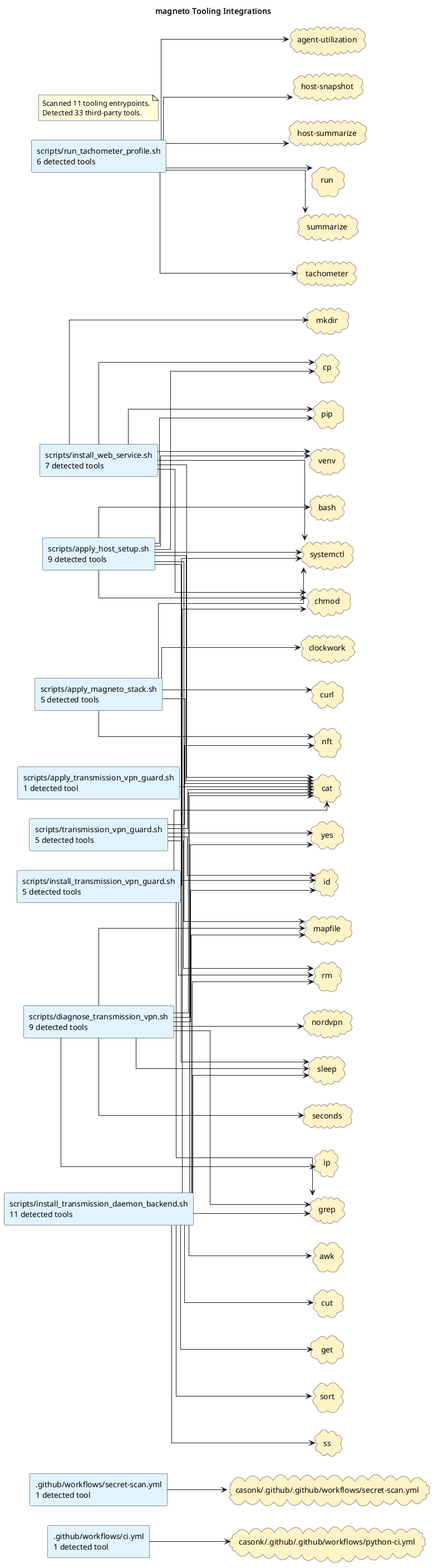
Above: docs/diagrams/tooling-integrations.puml.png in casonk/magneto (PlantUML), before the change.
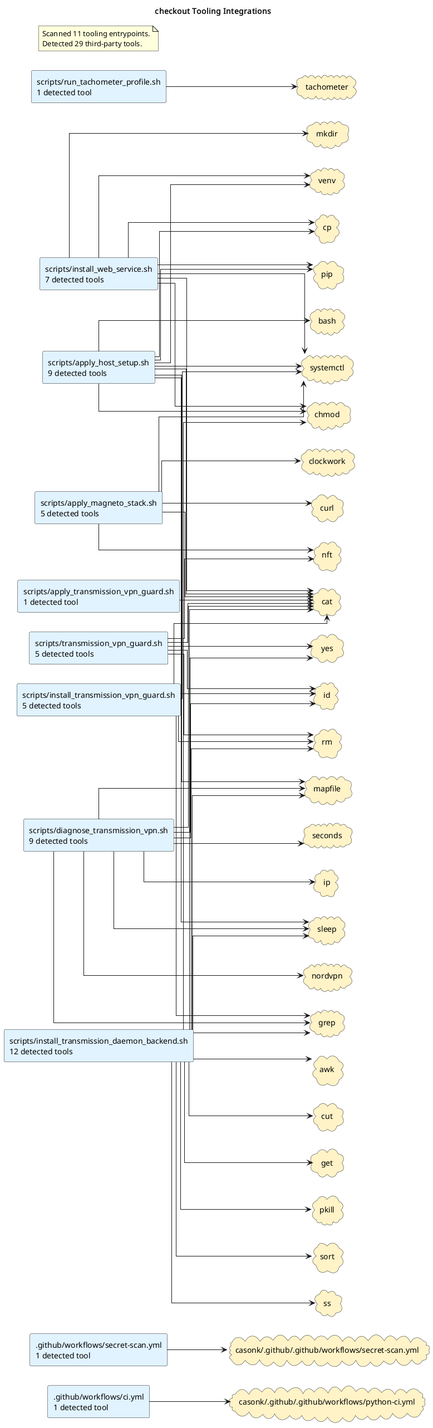
The same file after the commit.

What changed in the source:
```diff
@@ -1,5 +1,5 @@
 @startuml
-title magneto Tooling Integrations
+title checkout Tooling Integrations
 left to right direction
 skinparam shadowing false
 skinparam defaultFontName Monospace
@@ -11,12 +11,11 @@
 rectangle "scripts/apply_magneto_stack.sh\n5 detected tools" as source_scripts_apply_magneto_stack_sh #E0F2FE
 rectangle "scripts/apply_transmission_vpn_guard.sh\n1 detected tool" as source_scripts_apply_transmission_vpn_guard_sh #E0F2FE
 rectangle "scripts/diagnose_transmission_vpn.sh\n9 detected tools" as source_scripts_diagnose_transmission_vpn_sh #E0F2FE
-rectangle "scripts/install_transmission_daemon_backend.sh\n11 detected tools" as source_scripts_install_transmission_daemon_backend_sh #E0F2FE
+rectangle "scripts/install_transmission_daemon_backend.sh\n12 detected tools" as source_scripts_install_transmission_daemon_backend_sh #E0F2FE
 rectangle "scripts/install_transmission_vpn_guard.sh\n5 detected tools" as source_scripts_install_transmission_vpn_guard_sh #E0F2FE
 rectangle "scripts/install_web_service.sh\n7 detected tools" as source_scripts_install_web_service_sh #E0F2FE
-rectangle "scripts/run_tachometer_profile.sh\n6 detected tools" as source_scripts_run_tachometer_profile_sh #E0F2FE
+rectangle "scripts/run_tachometer_profile.sh\n1 detected tool" as source_scripts_run_tachometer_profile_sh #E0F2FE
 rectangle "scripts/transmission_vpn_guard.sh\n5 detected tools" as source_scripts_transmission_vpn_guard_sh #E0F2FE
-cloud "agent-utilization" as tool_agent_utilization #FEF3C7
 cloud "awk" as tool_awk #FEF3C7
 cloud "bash" as tool_bash #FEF3C7
 cloud "casonk/.github/.github/workflows/python-ci.yml" as tool_casonk_github_github_workflows_python_ci_yml #FEF3C7
@@ -29,8 +28,6 @@
 cloud "cut" as tool_cut #FEF3C7
 cloud "get" as tool_get #FEF3C7
 cloud "grep" as tool_grep #FEF3C7
-cloud "host-snapshot" as tool_host_snapshot #FEF3C7
-cloud "host-summarize" as tool_host_summarize #FEF3C7
 cloud "id" as tool_id #FEF3C7
 cloud "ip" as tool_ip #FEF3C7
 cloud "mapfile" as tool_mapfile #FEF3C7
@@ -38,13 +35,12 @@
 cloud "nft" as tool_nft #FEF3C7
 cloud "nordvpn" as tool_nordvpn #FEF3C7
 cloud "pip" as tool_pip #FEF3C7
+cloud "pkill" as tool_pkill #FEF3C7
 cloud "rm" as tool_rm #FEF3C7
-cloud "run" as tool_run #FEF3C7
 cloud "seconds" as tool_seconds #FEF3C7
 cloud "sleep" as tool_sleep #FEF3C7
 cloud "sort" as tool_sort #FEF3C7
 cloud "ss" as tool_ss #FEF3C7
-cloud "summarize" as tool_summarize #FEF3C7
 cloud "systemctl" as tool_systemctl #FEF3C7
 cloud "tachometer" as tool_tachometer #FEF3C7
 cloud "venv" as tool_venv #FEF3C7
@@ -82,6 +78,7 @@
 source_scripts_install_transmission_daemon_backend_sh --> tool_get
 source_scripts_install_transmission_daemon_backend_sh --> tool_grep
 source_scripts_install_transmission_daemon_backend_sh --> tool_mapfile
+source_scripts_install_transmission_daemon_backend_sh --> tool_pkill
 source_scripts_install_transmission_daemon_backend_sh --> tool_rm
 source_scripts_install_transmission_daemon_backend_sh --> tool_sleep
 source_scripts_install_transmission_daemon_backend_sh --> tool_sort
@@ -98,11 +95,6 @@
 source_scripts_install_web_service_sh --> tool_pip
 source_scripts_install_web_service_sh --> tool_systemctl
 source_scripts_install_web_service_sh --> tool_venv
-source_scripts_run_tachometer_profile_sh --> tool_agent_utilization
-source_scripts_run_tachometer_profile_sh --> tool_host_snapshot
-source_scripts_run_tachometer_profile_sh --> tool_host_summarize
-source_scripts_run_tachometer_profile_sh --> tool_run
-source_scripts_run_tachometer_profile_sh --> tool_summarize
 source_scripts_run_tachometer_profile_sh --> tool_tachometer
 source_scripts_transmission_vpn_guard_sh --> tool_cat
 source_scripts_transmission_vpn_guard_sh --> tool_id
@@ -111,6 +103,6 @@
 source_scripts_transmission_vpn_guard_sh --> tool_yes
 note as toolingGraphSummary
 Scanned 11 tooling entrypoints.
-Detected 33 third-party tools.
+Detected 29 third-party tools.
 end note
 @enduml
```
